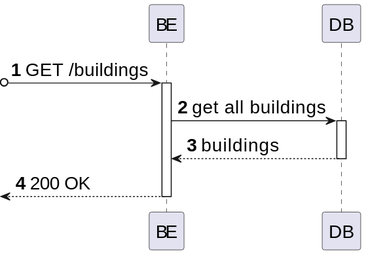
The PlantUML diagram _wiki/sprint-a/us03-170/views/level-3/assets/process-view.svg in miseEnPlace-dev/lapr5, before a commit.
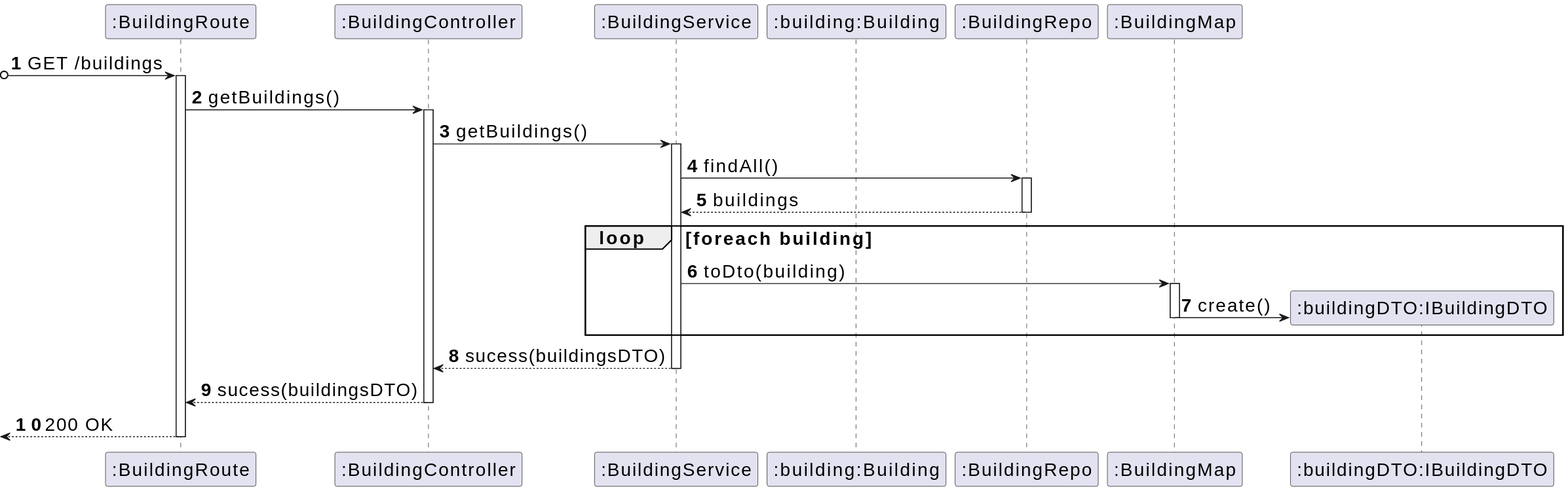
The same file after the commit.

What changed in the source:
```diff
@@ -1,17 +1,35 @@
 @startuml
 skinparamlocked defaultFontSize 20
 autonumber
-participant BE as "BE"
-participant DB as "DB"
+participant ROUTE as ":BuildingRoute"
+participant CTRL as ":BuildingController"
+participant SRV as ":BuildingService"
+participant BUILD as ":building:Building"
+participant REPO as ":BuildingRepo"
+participant MAP as ":BuildingMap"
+participant DTO as ":buildingDTO:IBuildingDTO"
 
-?o-> BE : GET /buildings
-activate BE
+?o-> ROUTE : GET /buildings
+activate ROUTE
 
-BE -> DB : get all buildings
-activate DB
-DB --> BE : buildings
-deactivate DB
-
-<-- BE : 200 OK
-deactivate BE
+ROUTE -> CTRL : getBuildings()
+activate CTRL
+CTRL -> SRV : getBuildings()
+activate SRV
+SRV -> REPO : findAll()
+activate REPO
+REPO --> SRV : buildings
+deactivate REPO
+loop foreach building
+    SRV -> MAP : toDto(building)
+    activate MAP
+    MAP -> DTO** : create()
+    deactivate MAP
+end
+SRV --> CTRL : sucess(buildingsDTO)
+deactivate SRV
+CTRL --> ROUTE : sucess(buildingsDTO)
+deactivate CTRL
+<-- ROUTE : 200 OK
+deactivate ROUTE
 @enduml
```
